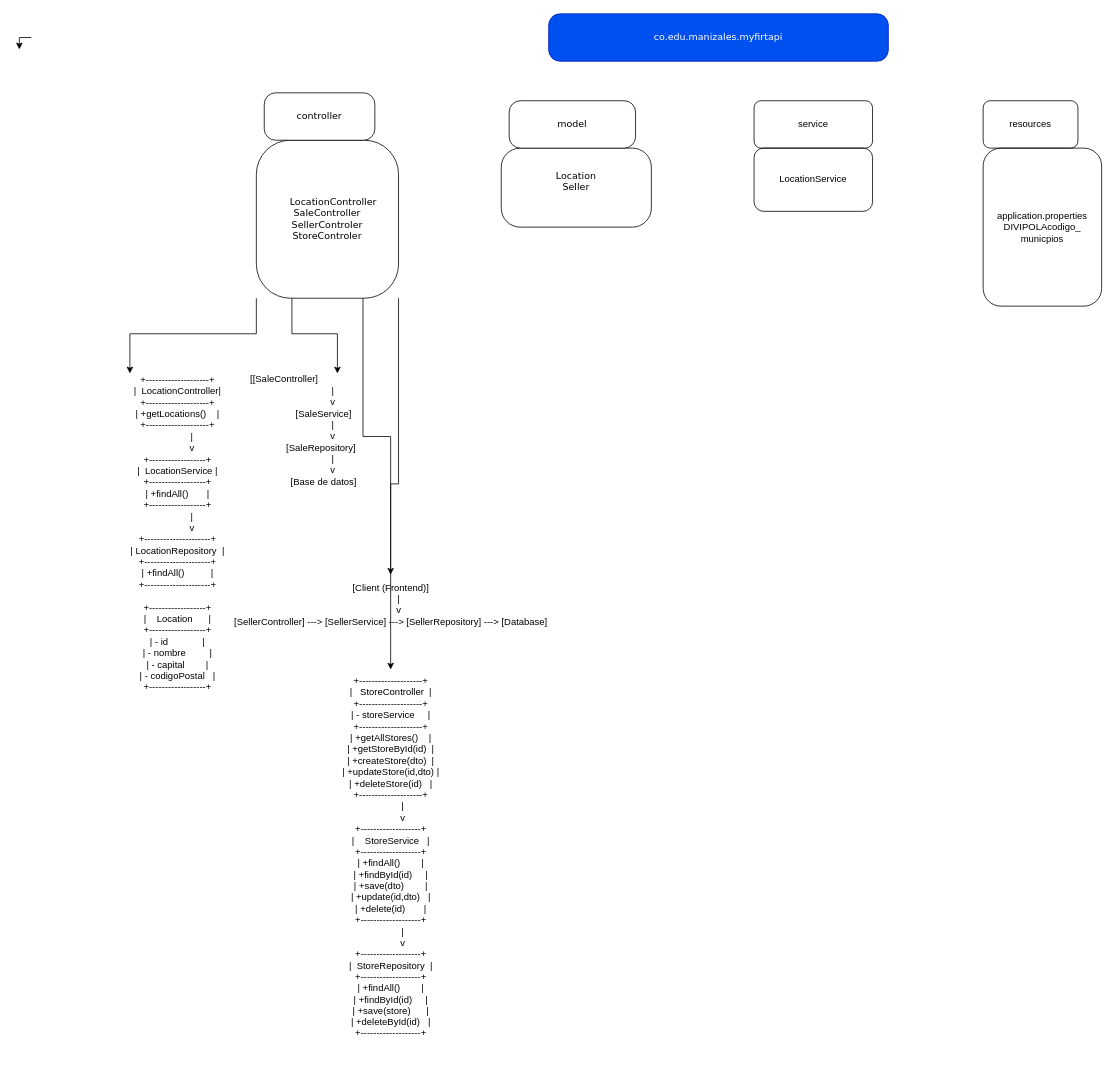
Above: Diagrama sin título.drawio in alexa7valan/myfirstapi (draw.io), before the change. Source tidied: cells renumbered, new cells numbered last; positions are measured from the earlier drawing's top-left corner, leaving out a move shared by most shapes. Both pictures are drawn from the tidied source at 79%, with x=0, y=0 at pixel (19, 13).
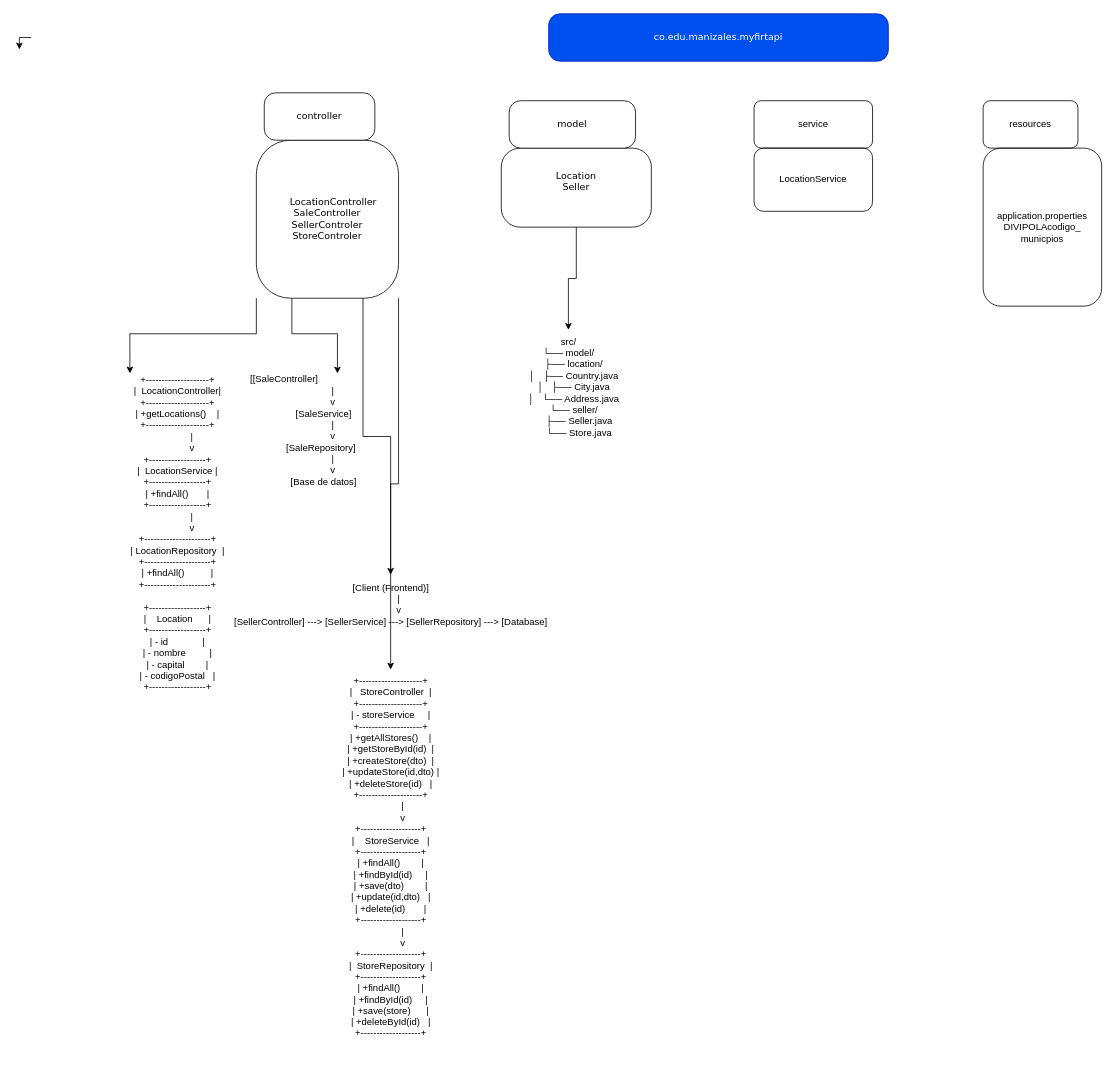
Above is the later version.

Unchanged cells that the change refers to:
```xml
<mxCell id="7" value="Location&lt;div&gt;Seller&lt;div&gt;&lt;br&gt;&lt;/div&gt;&lt;/div&gt;" style="rounded=1;whiteSpace=wrap;html=1;arcSize=24;fillColor=none;shadow=0;comic=0;labelBackgroundColor=none;fontFamily=Verdana;fontSize=12;align=center;" parent="1" vertex="1">
  <mxGeometry x="610" y="170" width="190" height="100" as="geometry" />
</mxCell>
```

Diff of the diagram source:
```diff
@@
+    <mxCell id="20" style="edgeStyle=orthogonalEdgeStyle;rounded=0;jettySize=auto;html=1;exitX=0.5;exitY=1;exitDx=0;exitDy=0;" parent="1" edge="1" source="7" target="21">
+      <mxGeometry relative="1" as="geometry" />
+    </mxCell>
@@
+    <mxCell id="21" value="&lt;div&gt;src/&lt;/div&gt;&lt;div&gt;└── model/&lt;/div&gt;&lt;div&gt;&amp;nbsp; &amp;nbsp; ├── location/&lt;/div&gt;&lt;div&gt;&amp;nbsp; &amp;nbsp; │&amp;nbsp; &amp;nbsp;├── Country.java&lt;/div&gt;&lt;div&gt;&amp;nbsp; &amp;nbsp; │&amp;nbsp; &amp;nbsp;├── City.java&lt;/div&gt;&lt;div&gt;&amp;nbsp; &amp;nbsp; │&amp;nbsp; &amp;nbsp;└── Address.java&lt;/div&gt;&lt;div&gt;&amp;nbsp; &amp;nbsp; └── seller/&lt;/div&gt;&lt;div&gt;&amp;nbsp; &amp;nbsp; &amp;nbsp; &amp;nbsp; ├── Seller.java&lt;/div&gt;&lt;div&gt;&amp;nbsp; &amp;nbsp; &amp;nbsp; &amp;nbsp; └── Store.java&lt;/div&gt;&lt;div&gt;&lt;br&gt;&lt;/div&gt;" style="text;html=1;align=center;verticalAlign=middle;points=[];strokeColor=none;fillColor=none;" parent="1" vertex="1">
+      <mxGeometry x="620" y="400" width="150" height="160" as="geometry" />
+    </mxCell>
```
